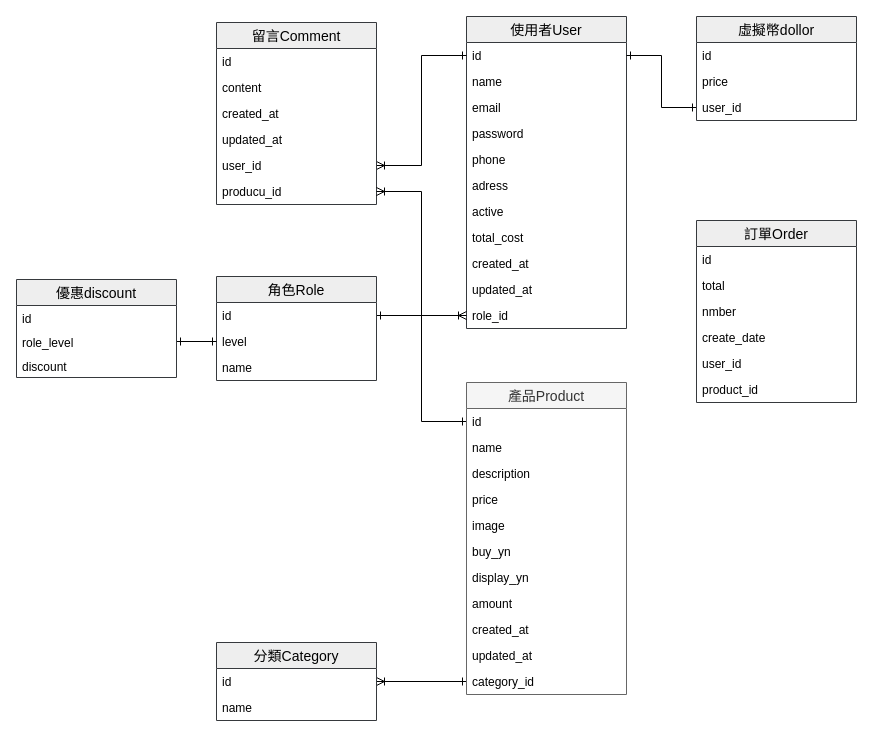
Earlier version of the draw.io diagram 系統規劃/購物網資料庫設計.drawio (Shenyoyo/ShoppingWeb). Source tidied: cells renumbered, new cells numbered last; positions are measured from the earlier drawing's top-left corner, leaving out a move shared by most shapes. Both pictures are drawn from the tidied source at 100%, with x=0, y=0 at pixel (16, 16).
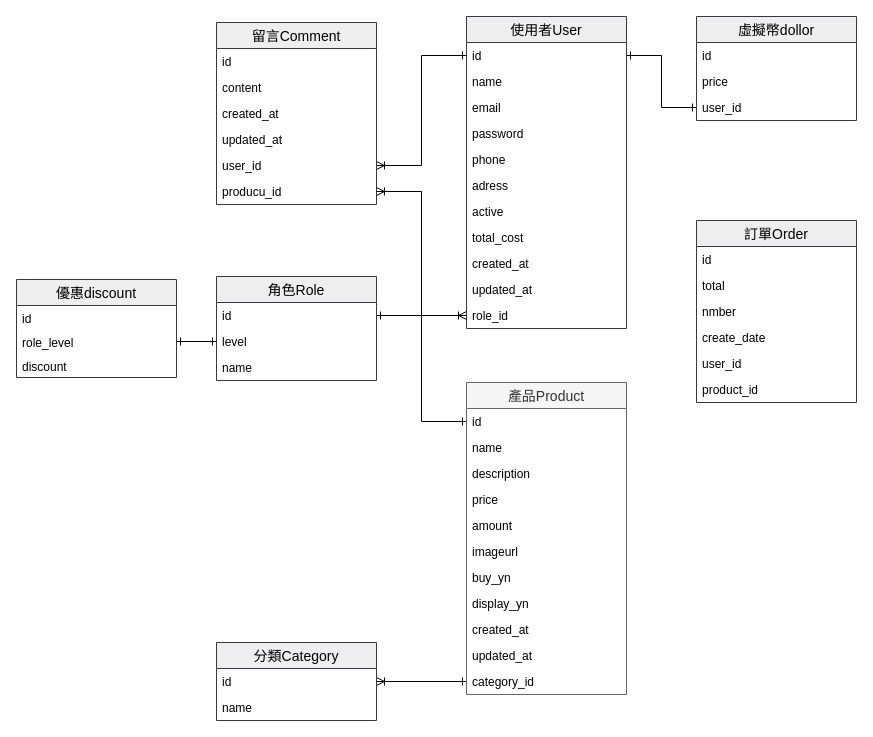
The same page after the edit.

The change refers to these unchanged cells:
```xml
<mxCell id="26" value="產品Product" style="swimlane;fontStyle=0;horizontal=1;startSize=26;align=center;fontSize=14;swimlaneFillColor=#ffffff;fillColor=#f5f5f5;strokeColor=#666666;fontColor=#333333;" parent="1" vertex="1">
  <mxGeometry x="450" y="366" width="160" height="312" as="geometry" />
</mxCell>
```

Diff of the diagram source:
```diff
@@
+    <mxCell id="34" value="amount" style="text;strokeColor=none;fillColor=none;spacingLeft=4;spacingRight=4;overflow=hidden;fontSize=12;" parent="26" vertex="1">
+      <mxGeometry y="130" width="160" height="26" as="geometry" />
+    </mxCell>
-    <mxCell id="31" value="image" style="text;strokeColor=none;fillColor=none;spacingLeft=4;spacingRight=4;overflow=hidden;fontSize=12;" parent="26" vertex="1">
-      <mxGeometry y="130" width="160" height="26" as="geometry" />
+    <mxCell id="31" value="imageurl" style="text;strokeColor=none;fillColor=none;spacingLeft=4;spacingRight=4;overflow=hidden;fontSize=12;" parent="26" vertex="1">
+      <mxGeometry y="156" width="160" height="26" as="geometry" />
     </mxCell>
     <mxCell id="32" value="buy_yn" style="text;strokeColor=none;fillColor=none;spacingLeft=4;spacingRight=4;overflow=hidden;fontSize=12;" parent="26" vertex="1">
-      <mxGeometry y="156" width="160" height="26" as="geometry" />
+      <mxGeometry y="182" width="160" height="26" as="geometry" />
     </mxCell>
     <mxCell id="33" value="display_yn" style="text;strokeColor=none;fillColor=none;spacingLeft=4;spacingRight=4;overflow=hidden;fontSize=12;" parent="26" vertex="1">
-      <mxGeometry y="182" width="160" height="26" as="geometry" />
+      <mxGeometry y="208" width="160" height="26" as="geometry" />
     </mxCell>
-    <mxCell id="34" value="amount" style="text;strokeColor=none;fillColor=none;spacingLeft=4;spacingRight=4;overflow=hidden;fontSize=12;" parent="26" vertex="1">
-      <mxGeometry y="208" width="160" height="26" as="geometry" />
-    </mxCell>
```
